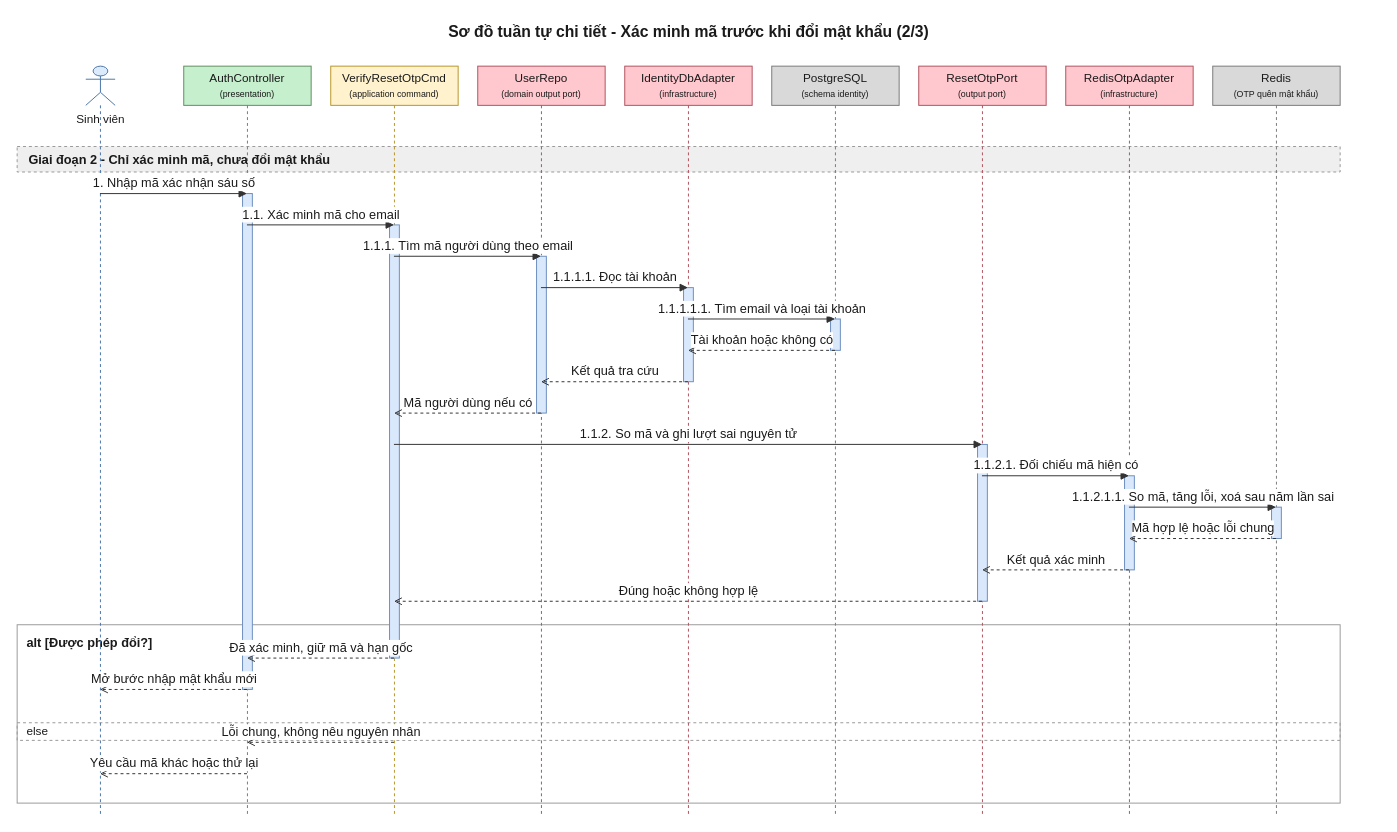
Earlier version of the draw.io diagram 08-diagram/sequence/user/sequence_user_quen_mat_khau_otp_p2.drawio (daiphu1801/PRJ_ALGOPREP). Source tidied: cells renumbered, new cells numbered last; positions are measured from the earlier drawing's top-left corner, leaving out a move shared by most shapes. Both pictures are drawn from the tidied source at 98%, with x=0, y=0 at pixel (17, 17).
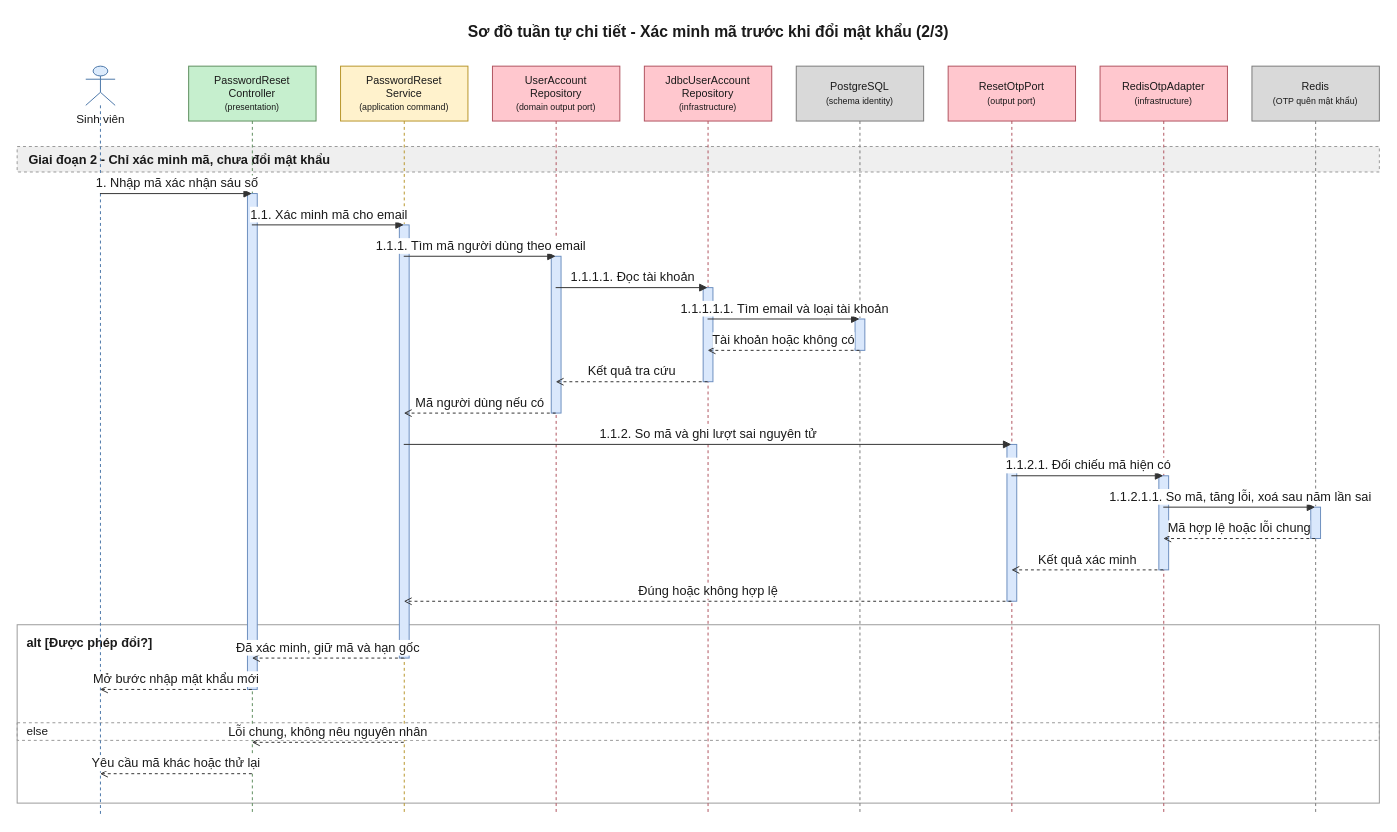
After the change.

Diff of the diagram source:
```diff
@@
     <mxCell id="2" value="Sơ đồ tuần tự chi tiết - Xác minh mã trước khi đổi mật khẩu (2/3)" style="text;html=1;fontSize=16;fontStyle=1;align=center;verticalAlign=middle;fontColor=#1A1A1A;" parent="1" vertex="1">
-      <mxGeometry x="20" width="1330" height="30" as="geometry" />
+      <mxGeometry x="20" width="1370" height="30" as="geometry" />
     </mxCell>
     <mxCell id="3" value="alt [Được phép đổi?]" style="algoprep=alt;rounded=0;whiteSpace=wrap;html=1;fillColor=none;strokeColor=#999999;verticalAlign=top;align=left;spacingLeft=8;spacingTop=4;fontColor=#1A1A1A;fontSize=13;fontStyle=1;dashed=0;" parent="1" vertex="1">
-      <mxGeometry y="620" width="1350" height="182" as="geometry" />
+      <mxGeometry y="620" width="1390" height="182" as="geometry" />
     </mxCell>
     <mxCell id="4" value="else" style="text;html=1;dashed=1;strokeColor=#999999;fillColor=none;align=left;verticalAlign=middle;spacingLeft=8;fontColor=#1A1A1A;fontSize=12;" parent="1" vertex="1">
-      <mxGeometry y="720" width="1350" height="18" as="geometry" />
+      <mxGeometry y="720" width="1390" height="18" as="geometry" />
     </mxCell>
     <mxCell id="5" value="Giai đoạn 2 - Chỉ xác minh mã, chưa đổi mật khẩu" style="algoprep=phase;rounded=0;whiteSpace=wrap;html=1;fillColor=#EFEFEF;strokeColor=#999999;dashed=1;align=left;verticalAlign=middle;spacingLeft=10;fontColor=#1A1A1A;fontSize=13;fontStyle=1;" parent="1" vertex="1">
-      <mxGeometry y="132" width="1350" height="26" as="geometry" />
+      <mxGeometry y="132" width="1390" height="26" as="geometry" />
     </mxCell>
@@
-    <mxCell id="7" value="AuthController&lt;br&gt;&lt;font style=&quot;font-size:9px&quot;&gt;(presentation)&lt;/font&gt;" style="shape=umlLifeline;perimeter=lifelinePerimeter;whiteSpace=wrap;html=1;outlineConnect=0;size=40;fillColor=#C6EFCE;strokeColor=#5E8E5E;fontColor=#1A1A1A;" parent="1" vertex="1">
-      <mxGeometry x="170" y="50" width="130" height="764" as="geometry" />
+    <mxCell id="7" value="PasswordReset&lt;br&gt;Controller&lt;br&gt;&lt;font style=&quot;font-size:9px&quot;&gt;(presentation)&lt;/font&gt;" style="shape=umlLifeline;perimeter=lifelinePerimeter;whiteSpace=wrap;html=1;outlineConnect=0;size=56;fontSize=11;fillColor=#C6EFCE;strokeColor=#5E8E5E;fontColor=#1A1A1A;" parent="1" vertex="1">
+      <mxGeometry x="175" y="50" width="130" height="764" as="geometry" />
     </mxCell>
-    <mxCell id="8" value="VerifyResetOtpCmd&lt;br&gt;&lt;font style=&quot;font-size:9px&quot;&gt;(application command)&lt;/font&gt;" style="shape=umlLifeline;perimeter=lifelinePerimeter;whiteSpace=wrap;html=1;outlineConnect=0;size=40;fillColor=#FFF2CC;strokeColor=#B8952A;fontColor=#1A1A1A;" parent="1" vertex="1">
-      <mxGeometry x="320" y="50" width="130" height="764" as="geometry" />
+    <mxCell id="8" value="PasswordReset&lt;br&gt;Service&lt;br&gt;&lt;font style=&quot;font-size:9px&quot;&gt;(application command)&lt;/font&gt;" style="shape=umlLifeline;perimeter=lifelinePerimeter;whiteSpace=wrap;html=1;outlineConnect=0;size=56;fontSize=11;fillColor=#FFF2CC;strokeColor=#B8952A;fontColor=#1A1A1A;" parent="1" vertex="1">
+      <mxGeometry x="330" y="50" width="130" height="764" as="geometry" />
     </mxCell>
-    <mxCell id="9" value="UserRepo&lt;br&gt;&lt;font style=&quot;font-size:9px&quot;&gt;(domain output port)&lt;/font&gt;" style="shape=umlLifeline;perimeter=lifelinePerimeter;whiteSpace=wrap;html=1;outlineConnect=0;size=40;fillColor=#FFC7CE;strokeColor=#B0525E;fontColor=#1A1A1A;" parent="1" vertex="1">
-      <mxGeometry x="470" y="50" width="130" height="764" as="geometry" />
+    <mxCell id="9" value="UserAccount&lt;br&gt;Repository&lt;br&gt;&lt;font style=&quot;font-size:9px&quot;&gt;(domain output port)&lt;/font&gt;" style="shape=umlLifeline;perimeter=lifelinePerimeter;whiteSpace=wrap;html=1;outlineConnect=0;size=56;fontSize=11;fillColor=#FFC7CE;strokeColor=#B0525E;fontColor=#1A1A1A;" parent="1" vertex="1">
+      <mxGeometry x="485" y="50" width="130" height="764" as="geometry" />
     </mxCell>
-    <mxCell id="10" value="IdentityDbAdapter&lt;br&gt;&lt;font style=&quot;font-size:9px&quot;&gt;(infrastructure)&lt;/font&gt;" style="shape=umlLifeline;perimeter=lifelinePerimeter;whiteSpace=wrap;html=1;outlineConnect=0;size=40;fillColor=#FFC7CE;strokeColor=#B0525E;fontColor=#1A1A1A;" parent="1" vertex="1">
-      <mxGeometry x="620" y="50" width="130" height="764" as="geometry" />
+    <mxCell id="10" value="JdbcUserAccount&lt;br&gt;Repository&lt;br&gt;&lt;font style=&quot;font-size:9px&quot;&gt;(infrastructure)&lt;/font&gt;" style="shape=umlLifeline;perimeter=lifelinePerimeter;whiteSpace=wrap;html=1;outlineConnect=0;size=56;fontSize=11;fillColor=#FFC7CE;strokeColor=#B0525E;fontColor=#1A1A1A;" parent="1" vertex="1">
+      <mxGeometry x="640" y="50" width="130" height="764" as="geometry" />
     </mxCell>
-    <mxCell id="11" value="PostgreSQL&lt;br&gt;&lt;font style=&quot;font-size:9px&quot;&gt;(schema identity)&lt;/font&gt;" style="shape=umlLifeline;perimeter=lifelinePerimeter;whiteSpace=wrap;html=1;outlineConnect=0;size=40;fillColor=#D9D9D9;strokeColor=#7A7A7A;fontColor=#1A1A1A;" parent="1" vertex="1">
-      <mxGeometry x="770" y="50" width="130" height="764" as="geometry" />
+    <mxCell id="11" value="PostgreSQL&lt;br&gt;&lt;font style=&quot;font-size:9px&quot;&gt;(schema identity)&lt;/font&gt;" style="shape=umlLifeline;perimeter=lifelinePerimeter;whiteSpace=wrap;html=1;outlineConnect=0;size=56;fontSize=11;fillColor=#D9D9D9;strokeColor=#7A7A7A;fontColor=#1A1A1A;" parent="1" vertex="1">
+      <mxGeometry x="795" y="50" width="130" height="764" as="geometry" />
     </mxCell>
-    <mxCell id="12" value="ResetOtpPort&lt;br&gt;&lt;font style=&quot;font-size:9px&quot;&gt;(output port)&lt;/font&gt;" style="shape=umlLifeline;perimeter=lifelinePerimeter;whiteSpace=wrap;html=1;outlineConnect=0;size=40;fillColor=#FFC7CE;strokeColor=#B0525E;fontColor=#1A1A1A;" parent="1" vertex="1">
-      <mxGeometry x="920" y="50" width="130" height="764" as="geometry" />
+    <mxCell id="12" value="ResetOtpPort&lt;br&gt;&lt;font style=&quot;font-size:9px&quot;&gt;(output port)&lt;/font&gt;" style="shape=umlLifeline;perimeter=lifelinePerimeter;whiteSpace=wrap;html=1;outlineConnect=0;size=56;fontSize=11;fillColor=#FFC7CE;strokeColor=#B0525E;fontColor=#1A1A1A;" parent="1" vertex="1">
+      <mxGeometry x="950" y="50" width="130" height="764" as="geometry" />
     </mxCell>
-    <mxCell id="13" value="RedisOtpAdapter&lt;br&gt;&lt;font style=&quot;font-size:9px&quot;&gt;(infrastructure)&lt;/font&gt;" style="shape=umlLifeline;perimeter=lifelinePerimeter;whiteSpace=wrap;html=1;outlineConnect=0;size=40;fillColor=#FFC7CE;strokeColor=#B0525E;fontColor=#1A1A1A;" parent="1" vertex="1">
-      <mxGeometry x="1070" y="50" width="130" height="764" as="geometry" />
+    <mxCell id="13" value="RedisOtpAdapter&lt;br&gt;&lt;font style=&quot;font-size:9px&quot;&gt;(infrastructure)&lt;/font&gt;" style="shape=umlLifeline;perimeter=lifelinePerimeter;whiteSpace=wrap;html=1;outlineConnect=0;size=56;fontSize=11;fillColor=#FFC7CE;strokeColor=#B0525E;fontColor=#1A1A1A;" parent="1" vertex="1">
+      <mxGeometry x="1105" y="50" width="130" height="764" as="geometry" />
     </mxCell>
-    <mxCell id="14" value="Redis&lt;br&gt;&lt;font style=&quot;font-size:9px&quot;&gt;(OTP quên mật khẩu)&lt;/font&gt;" style="shape=umlLifeline;perimeter=lifelinePerimeter;whiteSpace=wrap;html=1;outlineConnect=0;size=40;fillColor=#D9D9D9;strokeColor=#7A7A7A;fontColor=#1A1A1A;" parent="1" vertex="1">
-      <mxGeometry x="1220" y="50" width="130" height="764" as="geometry" />
+    <mxCell id="14" value="Redis&lt;br&gt;&lt;font style=&quot;font-size:9px&quot;&gt;(OTP quên mật khẩu)&lt;/font&gt;" style="shape=umlLifeline;perimeter=lifelinePerimeter;whiteSpace=wrap;html=1;outlineConnect=0;size=56;fontSize=11;fillColor=#D9D9D9;strokeColor=#7A7A7A;fontColor=#1A1A1A;" parent="1" vertex="1">
+      <mxGeometry x="1260" y="50" width="130" height="764" as="geometry" />
     </mxCell>
```
